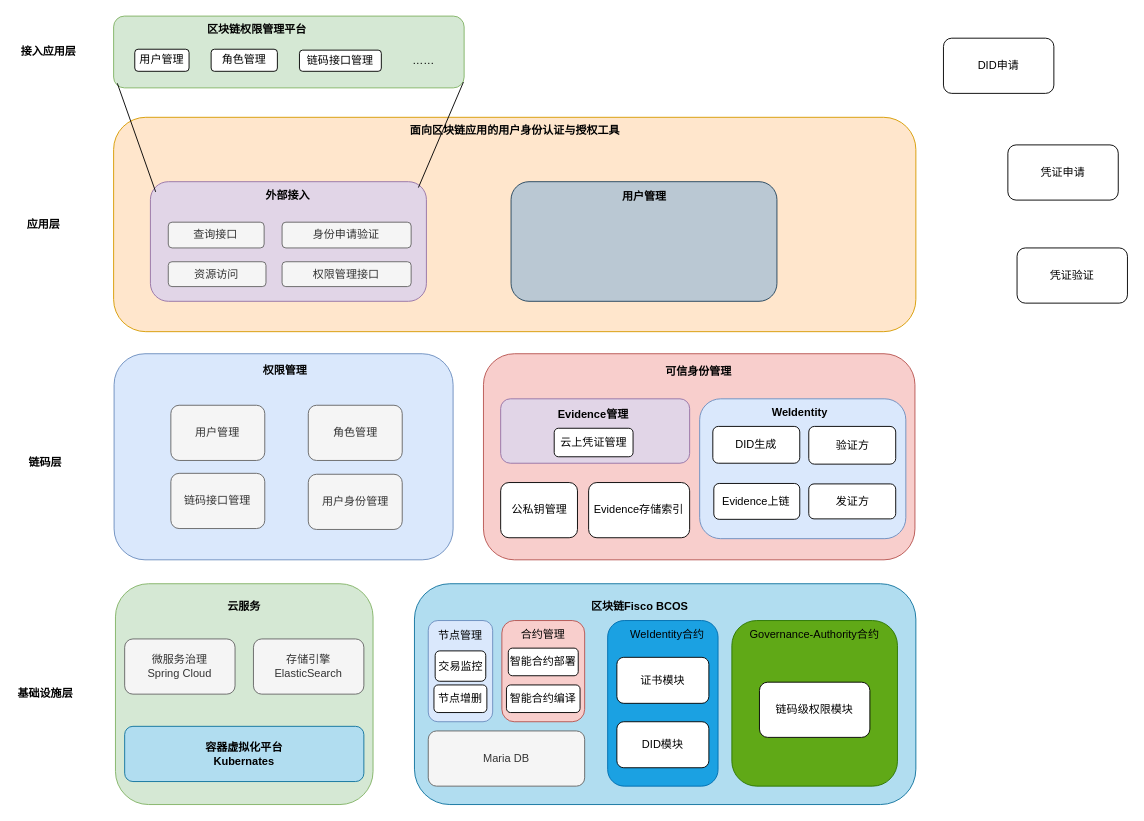
The draw.io diagram Untitled Diagram.drawio in doubleBeans/doubleBeans, before the edit. Source tidied: cells renumbered, new cells numbered last; positions are measured from the earlier drawing's top-left corner, leaving out a move shared by most shapes. Both pictures are drawn from the tidied source at 92%, with x=0, y=0 at pixel (16, 16).
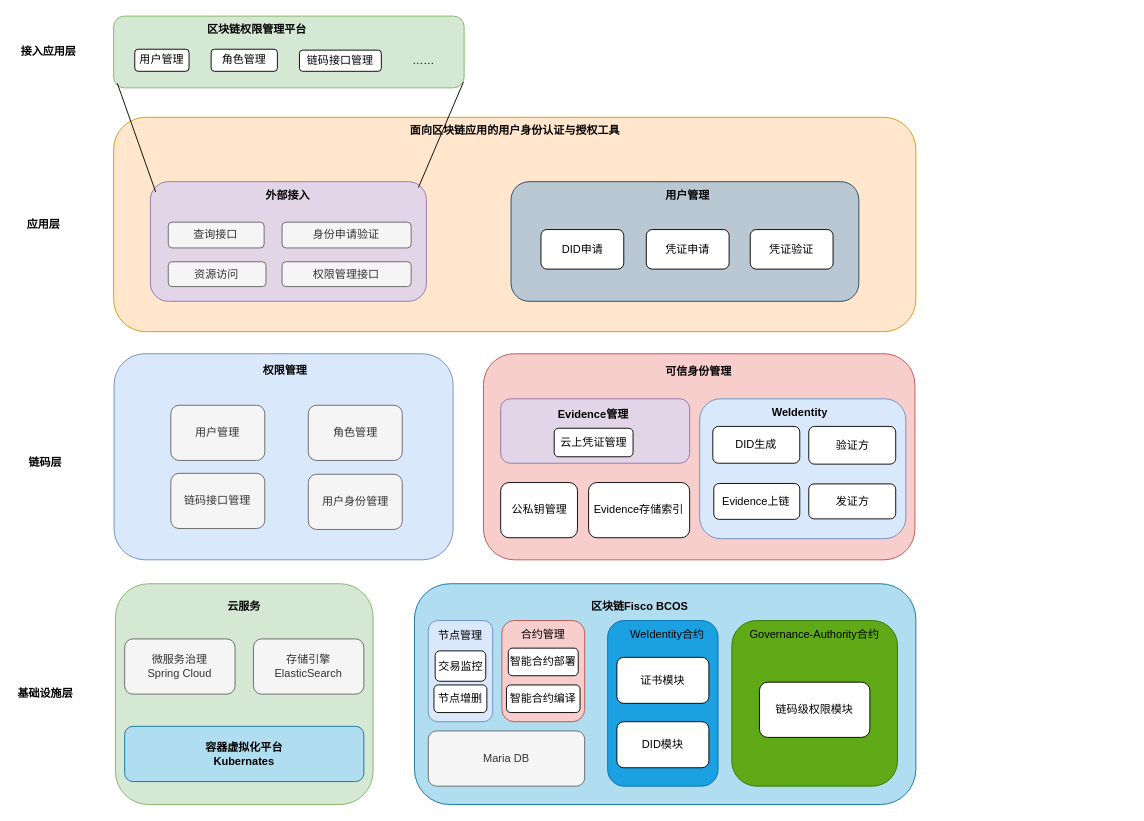
The same page after the edit.

Unchanged cells that the change refers to:
```xml
<mxCell id="60" style="rounded=1;whiteSpace=wrap;html=1;fillColor=#d5e8d4;strokeColor=#82b366;" parent="59" vertex="1">
  <mxGeometry width="381" height="78" as="geometry" />
</mxCell>
<mxCell id="66" style="group;" parent="1" vertex="1">
  <mxGeometry x="106" y="110" width="872" height="233" as="geometry" />
</mxCell>
<mxCell id="70" style="rounded=1;whiteSpace=wrap;html=1;fillColor=#e1d5e7;strokeColor=#9673a6;" parent="69" vertex="1">
  <mxGeometry width="300" height="130" as="geometry" />
</mxCell>
```

Change to the diagram source:
```diff
@@
     <mxCell id="76" style="rounded=1;whiteSpace=wrap;html=1;fillColor=#bac8d3;strokeColor=#23445d;" parent="66" vertex="1">
-      <mxGeometry x="432" y="70" width="289" height="130" as="geometry" />
+      <mxGeometry x="432" y="70" width="378" height="130" as="geometry" />
     </mxCell>
     <mxCell id="77" value="&lt;b&gt;用户管理&lt;/b&gt;" style="text;html=1;strokeColor=none;fillColor=none;align=center;verticalAlign=middle;whiteSpace=wrap;rounded=0;" parent="66" vertex="1">
-      <mxGeometry x="539.5" y="71" width="74" height="30" as="geometry" />
+      <mxGeometry x="587" y="70" width="74" height="30" as="geometry" />
     </mxCell>
-    <mxCell id="78" style="endArrow=none;html=1;rounded=0;entryX=0.019;entryY=0.085;entryDx=0;entryDy=0;entryPerimeter=0;" parent="1" edge="1" target="70">
-      <mxGeometry relative="1" as="geometry">
-        <mxPoint x="110" y="73" as="sourcePoint" />
-      </mxGeometry>
-    </mxCell>
-    <mxCell id="79" style="endArrow=none;html=1;rounded=0;entryX=0.998;entryY=0.919;entryDx=0;entryDy=0;entryPerimeter=0;exitX=0.971;exitY=0.049;exitDx=0;exitDy=0;exitPerimeter=0;" parent="1" edge="1" source="70" target="60">
-      <mxGeometry relative="1" as="geometry" />
-    </mxCell>
-    <mxCell id="80" value="DID申请" style="rounded=1;whiteSpace=wrap;html=1;" parent="1" vertex="1">
-      <mxGeometry x="1008" y="24" width="120" height="60" as="geometry" />
+    <mxCell id="80" value="DID申请" style="rounded=1;whiteSpace=wrap;html=1;" parent="66" vertex="1">
+      <mxGeometry x="464.5" y="122" width="90" height="43" as="geometry" />
     </mxCell>
-    <mxCell id="81" value="凭证申请" style="rounded=1;whiteSpace=wrap;html=1;" parent="1" vertex="1">
-      <mxGeometry x="1078" y="140" width="120" height="60" as="geometry" />
+    <mxCell id="81" value="凭证申请" style="rounded=1;whiteSpace=wrap;html=1;" parent="66" vertex="1">
+      <mxGeometry x="579" y="122" width="90" height="43" as="geometry" />
     </mxCell>
-    <mxCell id="82" value="凭证验证" style="rounded=1;whiteSpace=wrap;html=1;" parent="1" vertex="1">
-      <mxGeometry x="1088" y="252" width="120" height="60" as="geometry" />
+    <mxCell id="82" value="凭证验证" style="rounded=1;whiteSpace=wrap;html=1;" parent="66" vertex="1">
+      <mxGeometry x="692" y="122" width="90" height="43" as="geometry" />
     </mxCell>
+    <mxCell id="78" style="endArrow=none;html=1;rounded=0;entryX=0.019;entryY=0.085;entryDx=0;entryDy=0;entryPerimeter=0;" parent="1" edge="1" target="70">
+      <mxGeometry relative="1" as="geometry">
+        <mxPoint x="110" y="73" as="sourcePoint" />
+      </mxGeometry>
+    </mxCell>
+    <mxCell id="79" style="endArrow=none;html=1;rounded=0;entryX=0.998;entryY=0.919;entryDx=0;entryDy=0;entryPerimeter=0;exitX=0.971;exitY=0.049;exitDx=0;exitDy=0;exitPerimeter=0;" parent="1" edge="1" source="70" target="60">
+      <mxGeometry relative="1" as="geometry" />
+    </mxCell>
```
